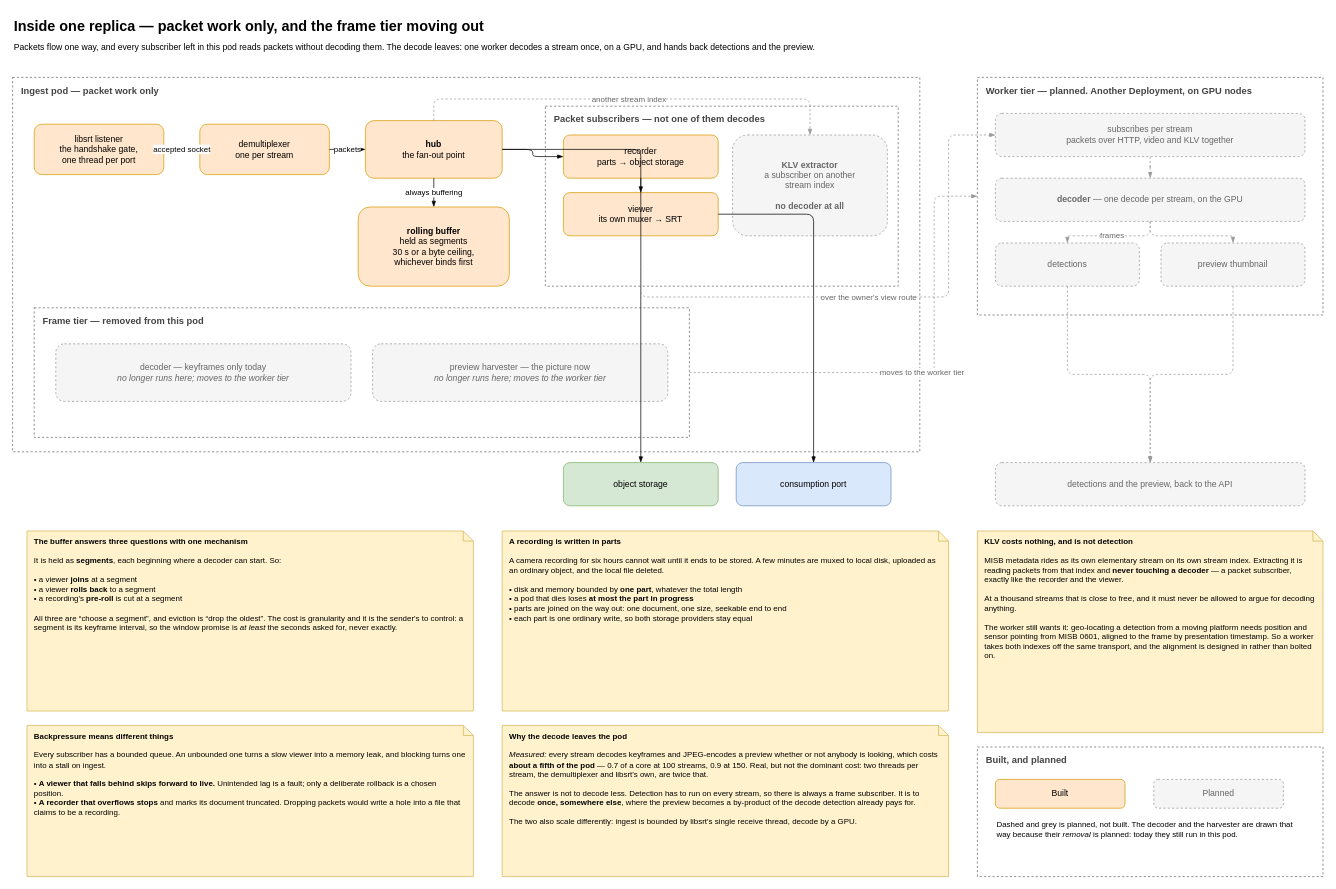
magasb1/dotnet-architecture-patterns keeps this draw.io diagram as page "2. Inside one replica" (3 of 4) of docs/video-server.drawio. Above is the earlier version. Source tidied: cells renumbered, new cells numbered last; positions are measured from the earlier drawing's top-left corner, leaving out a move shared by most shapes. Both pictures are drawn from the tidied source at 72%, with x=0, y=0 at pixel (12, 12).
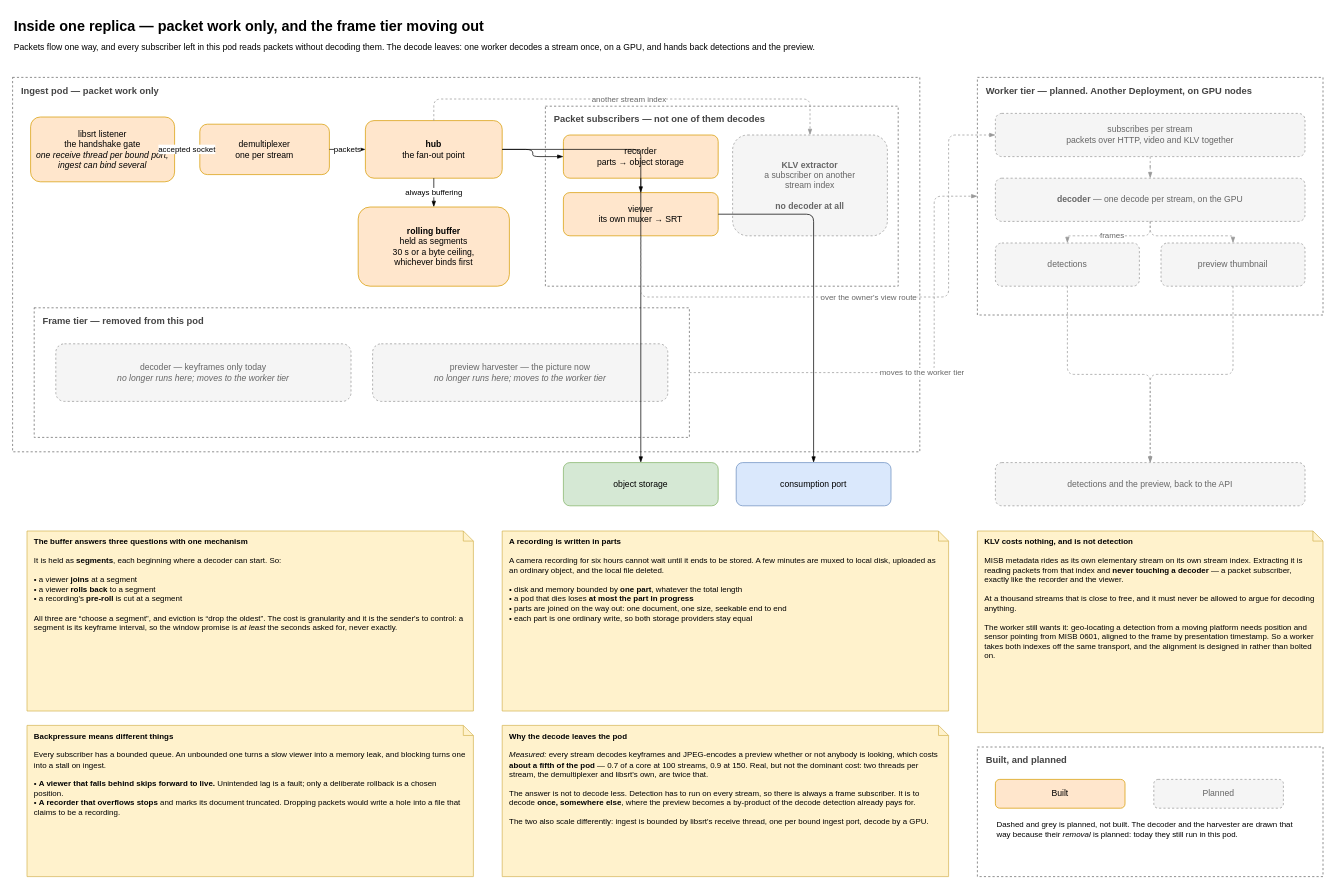
The same diagram, later.

Commit message (it also covers changes not shown here):
Redraw the diagram for the HTTP hop and multi-port ingest

What changed in the source:
```diff
@@
-    <mxCell id="5" value="libsrt listener&lt;br/&gt;the handshake gate,&lt;br/&gt;one thread per port" style="rounded=1;whiteSpace=wrap;html=1;align=center;verticalAlign=middle;fontSize=12;fillColor=#ffe6cc;strokeColor=#d79b00;" parent="1" vertex="1">
-      <mxGeometry x="30" y="155" width="180" height="70" as="geometry" />
+    <mxCell id="5" value="libsrt listener&lt;br/&gt;the handshake gate&lt;br/&gt;&lt;i&gt;one receive thread per bound port; ingest can bind several&lt;/i&gt;" style="rounded=1;whiteSpace=wrap;html=1;align=center;verticalAlign=middle;fontSize=12;fillColor=#ffe6cc;strokeColor=#d79b00;" parent="1" vertex="1">
+      <mxGeometry x="25" y="145" width="200" height="90" as="geometry" />
     </mxCell>
@@
-    <mxCell id="42" value="&lt;b&gt;Why the decode leaves the pod&lt;/b&gt;&lt;br/&gt;&lt;br/&gt;&lt;i&gt;Measured:&lt;/i&gt; every stream decodes keyframes and JPEG-encodes a preview whether or not anybody is looking, which costs &lt;b&gt;about a fifth of the pod&lt;/b&gt; &amp;#8212; 0.7 of a core at 100 streams, 0.9 at 150. Real, but not the dominant cost: two threads per stream, the demultiplexer and libsrt's own, are twice that.&lt;br/&gt;&lt;br/&gt;The answer is not to decode less. Detection has to run on every stream, so there is always a frame subscriber. It is to decode &lt;b&gt;once, somewhere else&lt;/b&gt;, where the preview becomes a by-product of the decode detection already pays for.&lt;br/&gt;&lt;br/&gt;The two also scale differently: ingest is bounded by libsrt's single receive thread, decode by a GPU." style="shape=note;whiteSpace=wrap;html=1;size=14;verticalAlign=top;align=left;spacingLeft=8;spacingTop=2;spacingRight=8;fillColor=#fff2cc;strokeColor=#d6b656;fontSize=11;" parent="1" vertex="1">
+    <mxCell id="42" value="&lt;b&gt;Why the decode leaves the pod&lt;/b&gt;&lt;br/&gt;&lt;br/&gt;&lt;i&gt;Measured:&lt;/i&gt; every stream decodes keyframes and JPEG-encodes a preview whether or not anybody is looking, which costs &lt;b&gt;about a fifth of the pod&lt;/b&gt; &amp;#8212; 0.7 of a core at 100 streams, 0.9 at 150. Real, but not the dominant cost: two threads per stream, the demultiplexer and libsrt's own, are twice that.&lt;br/&gt;&lt;br/&gt;The answer is not to decode less. Detection has to run on every stream, so there is always a frame subscriber. It is to decode &lt;b&gt;once, somewhere else&lt;/b&gt;, where the preview becomes a by-product of the decode detection already pays for.&lt;br/&gt;&lt;br/&gt;The two also scale differently: ingest is bounded by libsrt's receive thread, one per bound ingest port, decode by a GPU." style="shape=note;whiteSpace=wrap;html=1;size=14;verticalAlign=top;align=left;spacingLeft=8;spacingTop=2;spacingRight=8;fillColor=#fff2cc;strokeColor=#d6b656;fontSize=11;" parent="1" vertex="1">
       <mxGeometry x="680" y="990" width="620" height="210" as="geometry" />
     </mxCell>
```
